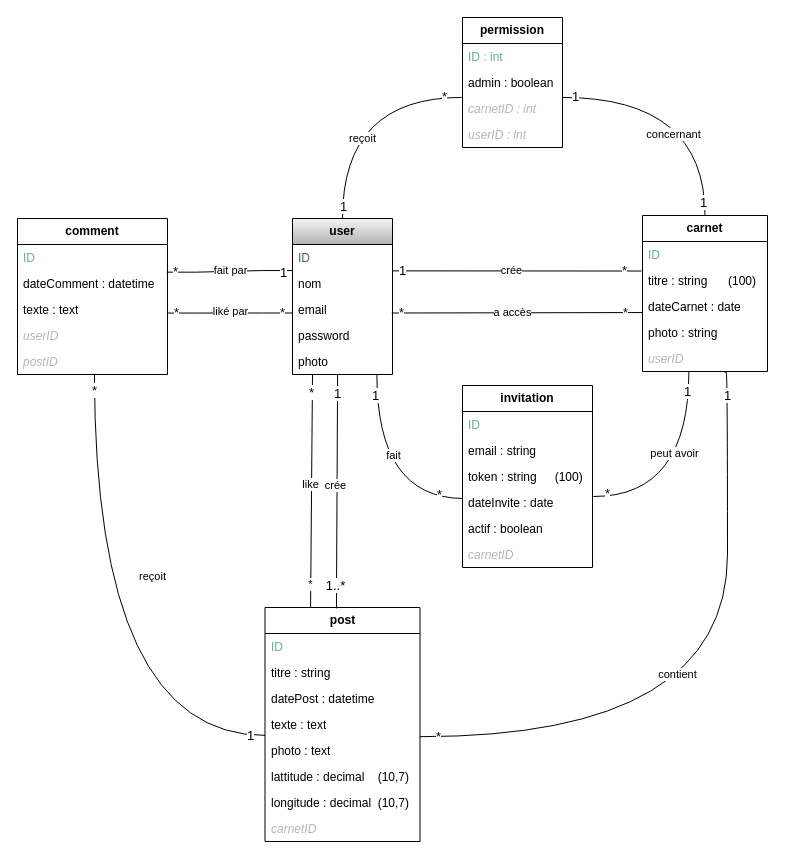
Before: doc-projet-symfony/Diagr_CarnetVoyage2.drawio in Lcdz85/ProjetFinal-Laura, a draw.io diagram. Source tidied: cells renumbered, new cells numbered last; positions are measured from the earlier drawing's top-left corner, leaving out a move shared by most shapes. Both pictures are drawn from the tidied source at 100%, with x=0, y=0 at pixel (17, 17).
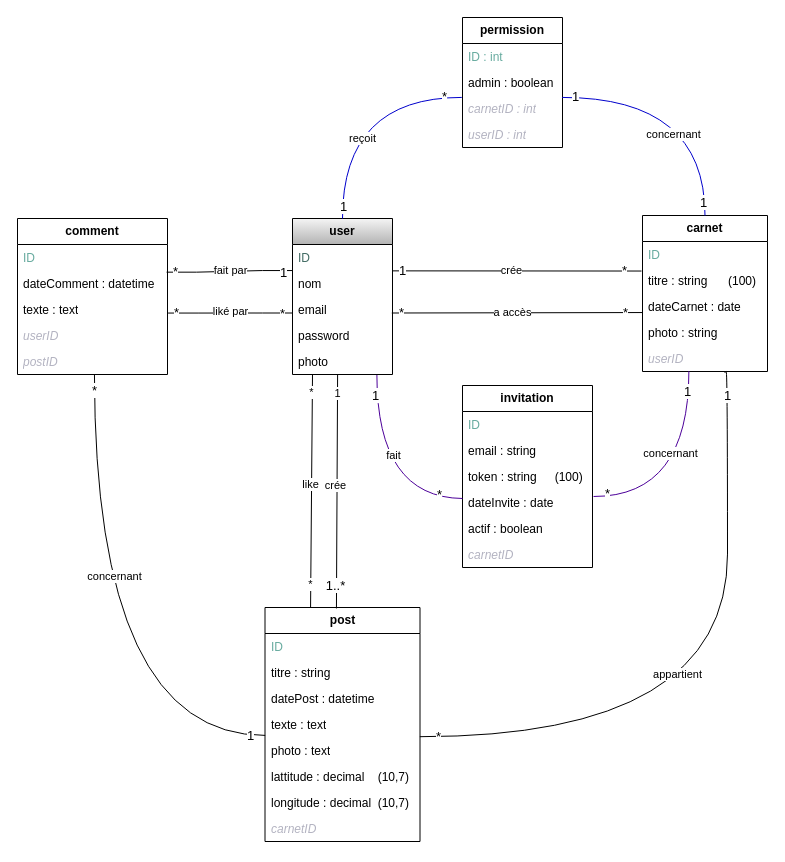
Above is the later version.

Commit message:
changement diagramme

The change refers to these unchanged cells:
```xml
<mxCell id="2" value="&lt;b&gt;user&lt;/b&gt;" style="swimlane;fontStyle=0;horizontal=1;startSize=26;whiteSpace=wrap;html=1;fillColor=#f5f5f5;strokeColor=#000000;gradientColor=#b3b3b3;" parent="1" vertex="1">
  <mxGeometry x="275" y="201" width="100" height="156" as="geometry" />
</mxCell>
<mxCell id="7" value="photo" style="text;strokeColor=none;fillColor=none;align=left;verticalAlign=top;spacingLeft=4;spacingRight=4;overflow=hidden;points=[[0,0.5],[1,0.5]];portConstraint=eastwest;whiteSpace=wrap;html=1;" parent="2" vertex="1">
  <mxGeometry y="130" width="100" height="26" as="geometry" />
</mxCell>
<mxCell id="8" value="&lt;b&gt;carnet&lt;/b&gt;" style="swimlane;fontStyle=0;horizontal=1;startSize=26;fillColor=none;whiteSpace=wrap;html=1;" parent="1" vertex="1">
  <mxGeometry x="625" y="198" width="125" height="156" as="geometry" />
</mxCell>
<mxCell id="13" value="&lt;i&gt;userID&lt;/i&gt;" style="text;strokeColor=none;fillColor=none;align=left;verticalAlign=top;spacingLeft=4;spacingRight=4;overflow=hidden;points=[[0,0.5],[1,0.5]];portConstraint=eastwest;whiteSpace=wrap;html=1;fontColor=light-dark(#b3b3c1, #ededed);" parent="8" vertex="1">
  <mxGeometry y="130" width="125" height="26" as="geometry" />
</mxCell>
<mxCell id="25" value="&lt;i&gt;carnetID : int&lt;/i&gt;" style="text;strokeColor=none;fillColor=none;align=left;verticalAlign=top;spacingLeft=4;spacingRight=4;overflow=hidden;points=[[0,0.5],[1,0.5]];portConstraint=eastwest;whiteSpace=wrap;html=1;fontColor=light-dark(#b3b3c1, #ededed);" parent="22" vertex="1">
  <mxGeometry y="78" width="100" height="26" as="geometry" />
</mxCell>
<mxCell id="44" style="endArrow=none;endFill=0;endSize=12;html=1;rounded=0;exitX=0.641;exitY=1.013;exitDx=0;exitDy=0;exitPerimeter=0;entryX=0.461;entryY=0.004;entryDx=0;entryDy=0;entryPerimeter=0;" parent="1" edge="1" target="35">
  <mxGeometry relative="1" as="geometry">
    <mxPoint x="320.1" y="357.3" as="sourcePoint" />
  </mxGeometry>
</mxCell>
<mxCell id="48" style="endArrow=none;endFill=0;endSize=12;html=1;rounded=0;entryX=0.659;entryY=1.051;entryDx=0;entryDy=0;entryPerimeter=0;edgeStyle=orthogonalEdgeStyle;curved=1;exitX=0.999;exitY=-0.031;exitDx=0;exitDy=0;exitPerimeter=0;" parent="1" edge="1" source="40" target="13">
  <mxGeometry relative="1" as="geometry">
    <Array as="points">
      <mxPoint x="710" y="719" />
      <mxPoint x="710" y="354" />
      <mxPoint x="707" y="354" />
    </Array>
  </mxGeometry>
</mxCell>
<mxCell id="52" style="endArrow=none;endFill=0;endSize=12;html=1;rounded=0;entryX=0.294;entryY=0;entryDx=0;entryDy=0;entryPerimeter=0;exitX=0.31;exitY=0.999;exitDx=0;exitDy=0;exitPerimeter=0;" parent="1" edge="1" target="35">
  <mxGeometry relative="1" as="geometry">
    <mxPoint x="295" y="357" as="sourcePoint" />
  </mxGeometry>
</mxCell>
<mxCell id="66" style="endArrow=none;endFill=0;endSize=12;html=1;rounded=0;entryX=-0.001;entryY=0.635;entryDx=0;entryDy=0;entryPerimeter=0;edgeStyle=entityRelationEdgeStyle;exitX=1.004;exitY=0.637;exitDx=0;exitDy=0;exitPerimeter=0;" parent="1" edge="1" source="59" target="5">
  <mxGeometry relative="1" as="geometry" />
</mxCell>
<mxCell id="70" style="endArrow=none;endFill=1;endSize=12;html=1;rounded=0;startFill=0;entryX=0.001;entryY=0.92;entryDx=0;entryDy=0;entryPerimeter=0;exitX=0.513;exitY=0.983;exitDx=0;exitDy=0;exitPerimeter=0;edgeStyle=orthogonalEdgeStyle;curved=1;" parent="1" edge="1" source="61" target="39">
  <mxGeometry relative="1" as="geometry" />
</mxCell>
<mxCell id="78" value="dateInvite : date" style="text;strokeColor=none;fillColor=none;align=left;verticalAlign=top;spacingLeft=4;spacingRight=4;overflow=hidden;points=[[0,0.5],[1,0.5]];portConstraint=eastwest;whiteSpace=wrap;html=1;" parent="74" vertex="1">
  <mxGeometry y="104" width="130" height="26" as="geometry" />
</mxCell>
```

Diff of the diagram source:
```diff
@@
-    <mxCell id="27" style="endArrow=none;endFill=0;endSize=12;html=1;rounded=0;entryX=-0.007;entryY=0.074;entryDx=0;entryDy=0;edgeStyle=orthogonalEdgeStyle;elbow=vertical;entryPerimeter=0;curved=1;exitX=0.5;exitY=0;exitDx=0;exitDy=0;" parent="1" edge="1" source="2" target="25">
+    <mxCell id="27" style="endArrow=none;endFill=0;endSize=12;html=1;rounded=0;entryX=-0.007;entryY=0.074;entryDx=0;entryDy=0;edgeStyle=orthogonalEdgeStyle;elbow=vertical;entryPerimeter=0;curved=1;exitX=0.5;exitY=0;exitDx=0;exitDy=0;strokeColor=#0000CC;" parent="1" edge="1" source="2" target="25">
       <mxGeometry relative="1" as="geometry">
         <Array as="points">
           <mxPoint x="325" y="80" />
         </Array>
       </mxGeometry>
     </mxCell>
@@
-    <mxCell id="31" style="endArrow=none;endFill=0;endSize=12;html=1;rounded=0;entryX=0.5;entryY=0;entryDx=0;entryDy=0;exitX=0.996;exitY=0.074;exitDx=0;exitDy=0;edgeStyle=orthogonalEdgeStyle;elbow=vertical;curved=1;exitPerimeter=0;" parent="1" edge="1" source="25" target="8">
+    <mxCell id="31" style="endArrow=none;endFill=0;endSize=12;html=1;rounded=0;entryX=0.5;entryY=0;entryDx=0;entryDy=0;exitX=0.996;exitY=0.074;exitDx=0;exitDy=0;edgeStyle=orthogonalEdgeStyle;elbow=vertical;curved=1;exitPerimeter=0;strokeColor=#0000CC;" parent="1" edge="1" source="25" target="8">
       <mxGeometry relative="1" as="geometry" />
     </mxCell>
@@
-    <mxCell id="45" value="1" style="edgeLabel;html=1;align=center;verticalAlign=middle;fontSize=13;" parent="44" vertex="1">
+    <mxCell id="45" value="1" style="edgeLabel;html=1;align=center;verticalAlign=middle;" parent="44" vertex="1">
       <mxGeometry x="-0.88" y="-1" relative="1" as="geometry">
         <mxPoint y="4" as="offset" />
       </mxGeometry>
     </mxCell>
@@
-    <mxCell id="51" value="contient" style="edgeLabel;html=1;align=center;verticalAlign=middle;" parent="48" vertex="1">
+    <mxCell id="51" value="appartient" style="edgeLabel;html=1;align=center;verticalAlign=middle;" parent="48" vertex="1">
       <mxGeometry x="-0.06" y="-2" relative="1" as="geometry">
         <mxPoint x="-53" y="-52" as="offset" />
       </mxGeometry>
     </mxCell>
@@
-    <mxCell id="53" value="*" style="edgeLabel;html=1;align=center;verticalAlign=middle;fontSize=13;" parent="52" vertex="1">
+    <mxCell id="53" value="*" style="edgeLabel;html=1;align=center;verticalAlign=middle;" parent="52" vertex="1">
       <mxGeometry x="-0.88" y="-1" relative="1" as="geometry">
         <mxPoint y="4" as="offset" />
       </mxGeometry>
     </mxCell>
@@
     <mxCell id="68" value="*" style="edgeLabel;html=1;align=center;verticalAlign=middle;fontSize=13;" parent="66" vertex="1">
       <mxGeometry x="0.84" y="-1" relative="1" as="geometry">
-        <mxPoint y="-2" as="offset" />
+        <mxPoint y="-1" as="offset" />
       </mxGeometry>
     </mxCell>
@@
-    <mxCell id="71" value="reçoit" style="edgeLabel;html=1;align=center;verticalAlign=middle;" parent="70" vertex="1">
-      <mxGeometry x="-0.24" y="58" relative="1" as="geometry" />
+    <mxCell id="71" value="concernant" style="edgeLabel;html=1;align=center;verticalAlign=middle;" parent="70" vertex="1">
+      <mxGeometry x="-0.24" y="58" relative="1" as="geometry">
+        <mxPoint x="-38" as="offset" />
+      </mxGeometry>
     </mxCell>
@@
-    <mxCell id="81" style="endArrow=none;endFill=0;endSize=12;html=1;rounded=0;exitX=0.371;exitY=0.987;exitDx=0;exitDy=0;entryX=1.008;entryY=0.269;entryDx=0;entryDy=0;entryPerimeter=0;exitPerimeter=0;edgeStyle=orthogonalEdgeStyle;curved=1;" parent="1" edge="1" source="13" target="78">
+    <mxCell id="81" style="endArrow=none;endFill=0;endSize=12;html=1;rounded=0;exitX=0.371;exitY=0.987;exitDx=0;exitDy=0;entryX=1.008;entryY=0.269;entryDx=0;entryDy=0;entryPerimeter=0;exitPerimeter=0;edgeStyle=orthogonalEdgeStyle;curved=1;strokeColor=#4C0099;" parent="1" edge="1" source="13" target="78">
       <mxGeometry relative="1" as="geometry">
         <Array as="points">
           <mxPoint x="671" y="479" />
         </Array>
       </mxGeometry>
     </mxCell>
@@
-    <mxCell id="84" value="peut avoir" style="edgeLabel;html=1;align=center;verticalAlign=middle;" parent="81" vertex="1">
+    <mxCell id="84" value="concernant" style="edgeLabel;html=1;align=center;verticalAlign=middle;" parent="81" vertex="1">
       <mxGeometry x="-0.05" y="1" relative="1" as="geometry">
-        <mxPoint x="-16" y="-23" as="offset" />
+        <mxPoint x="-20" y="-23" as="offset" />
       </mxGeometry>
     </mxCell>
-    <mxCell id="85" style="endArrow=none;endFill=0;endSize=12;html=1;rounded=0;exitX=0.844;exitY=1.018;exitDx=0;exitDy=0;entryX=0;entryY=0.346;entryDx=0;entryDy=0;entryPerimeter=0;exitPerimeter=0;edgeStyle=orthogonalEdgeStyle;curved=1;" parent="1" edge="1" source="7" target="78">
+    <mxCell id="85" style="endArrow=none;endFill=0;endSize=12;html=1;rounded=0;exitX=0.844;exitY=1.018;exitDx=0;exitDy=0;entryX=0;entryY=0.346;entryDx=0;entryDy=0;entryPerimeter=0;exitPerimeter=0;edgeStyle=orthogonalEdgeStyle;curved=1;strokeColor=#4C0099;" parent="1" edge="1" source="7" target="78">
       <mxGeometry relative="1" as="geometry">
         <Array as="points">
           <mxPoint x="359" y="480" />
           <mxPoint x="445" y="480" />
         </Array>
       </mxGeometry>
     </mxCell>
```
